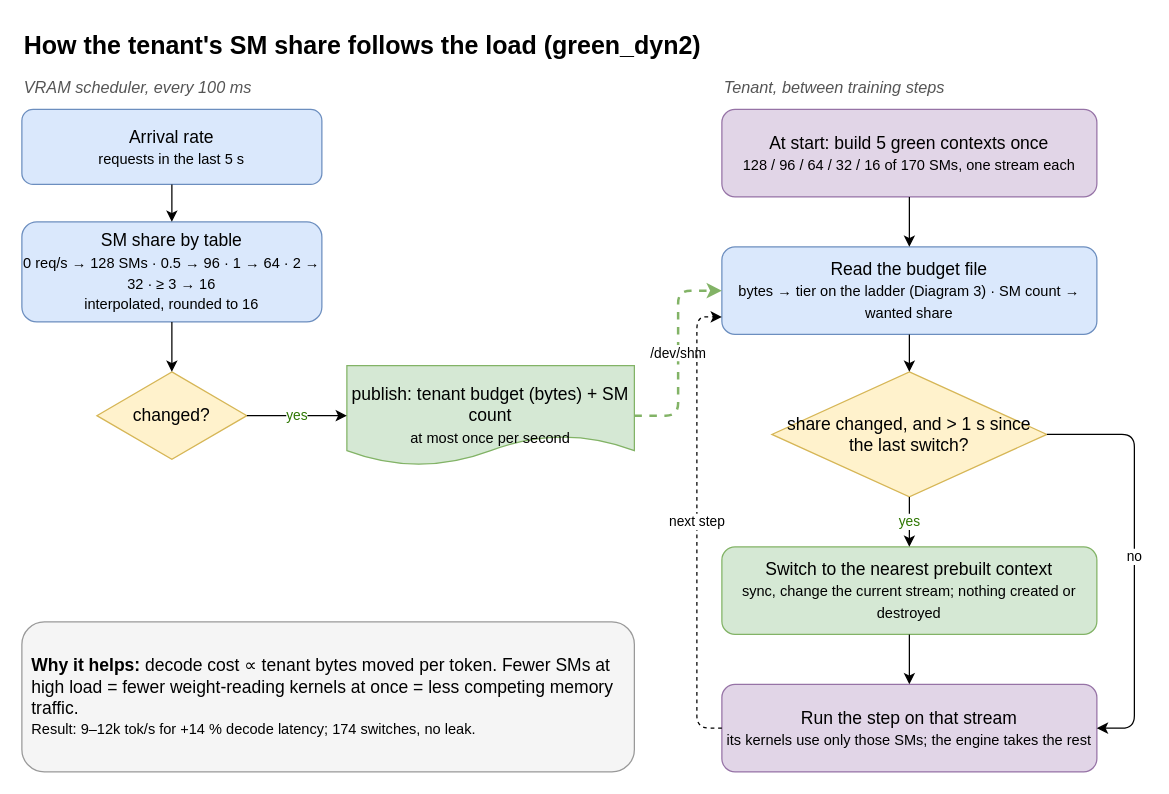
This is coloc_adjust/diagrams/05_green_dyn.drawio from 852866031/cuda-schedule-project, a draw.io file, before an edit. Source tidied: cells renumbered, new cells numbered last; positions are measured from the earlier drawing's top-left corner, leaving out a move shared by most shapes. Both pictures are drawn from the tidied source at 125%, with x=0, y=0 at pixel (21, 21).
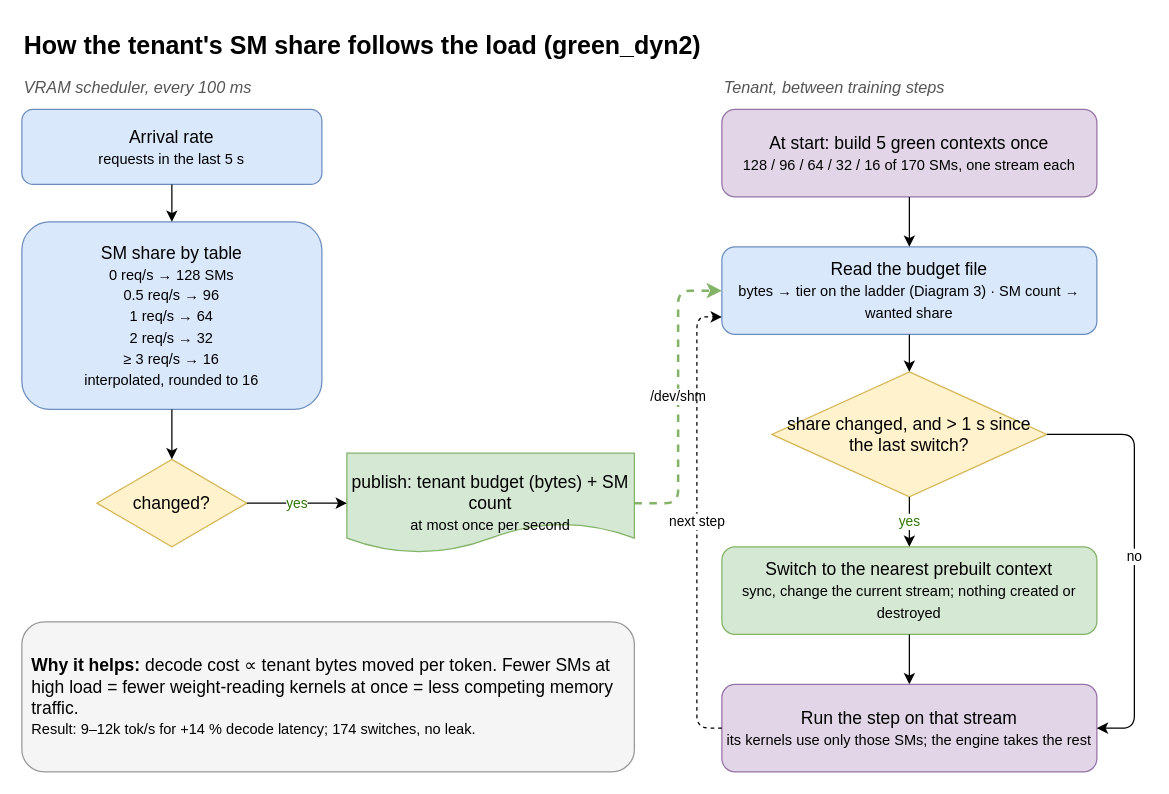
The same diagram, later.

Commit message (it also covers changes not shown here):
coloc_adjust: Diagram 5 SM table one row per rate

The change refers to these unchanged cells:
```xml
<mxCell id="10" value="Read the budget file&lt;br&gt;&lt;small&gt;bytes → tier on the ladder (Diagram 3) · SM count → wanted share&lt;/small&gt;" style="rounded=1;whiteSpace=wrap;html=1;fontSize=14;fillColor=#dae8fc;strokeColor=#6c8ebf;" parent="1" vertex="1">
  <mxGeometry x="560" y="180" width="300" height="70" as="geometry" />
</mxCell>
```

Diff of the diagram source:
```diff
@@
-    <mxCell id="6" value="SM share by table&lt;br&gt;&lt;small&gt;0 req/s → 128 SMs · 0.5 → 96 · 1 → 64 · 2 → 32 · ≥ 3 → 16&lt;br&gt;interpolated, rounded to 16&lt;/small&gt;" style="rounded=1;whiteSpace=wrap;html=1;fontSize=14;fillColor=#dae8fc;strokeColor=#6c8ebf;" parent="1" vertex="1">
-      <mxGeometry y="160" width="240" height="80" as="geometry" />
+    <mxCell id="6" value="SM share by table&lt;br&gt;&lt;small&gt;0 req/s → 128 SMs&lt;br&gt;0.5 req/s → 96&lt;br&gt;1 req/s → 64&lt;br&gt;2 req/s → 32&lt;br&gt;≥ 3 req/s → 16&lt;br&gt;interpolated, rounded to 16&lt;/small&gt;" style="rounded=1;whiteSpace=wrap;html=1;fontSize=14;fillColor=#dae8fc;strokeColor=#6c8ebf;" parent="1" vertex="1">
+      <mxGeometry y="160" width="240" height="150" as="geometry" />
     </mxCell>
     <mxCell id="7" value="changed?" style="rhombus;whiteSpace=wrap;html=1;fontSize=14;fillColor=#fff2cc;strokeColor=#d6b656;" parent="1" vertex="1">
-      <mxGeometry x="60" y="280" width="120" height="70" as="geometry" />
+      <mxGeometry x="60" y="350" width="120" height="70" as="geometry" />
     </mxCell>
     <mxCell id="8" value="publish: tenant budget (bytes) + SM count&lt;br&gt;&lt;small&gt;at most once per second&lt;/small&gt;" style="shape=document;whiteSpace=wrap;html=1;fontSize=14;fillColor=#d5e8d4;strokeColor=#82b366;" parent="1" vertex="1">
-      <mxGeometry x="260" y="275" width="230" height="80" as="geometry" />
+      <mxGeometry x="260" y="345" width="230" height="80" as="geometry" />
     </mxCell>
@@
     <mxCell id="18" value="/dev/shm" style="edgeStyle=orthogonalEdgeStyle;rounded=1;html=1;dashed=1;strokeColor=#82b366;strokeWidth=2;exitX=1;exitY=0.5;entryX=0;entryY=0.5;labelBackgroundColor=#ffffff;" parent="1" edge="1" source="8" target="10">
       <mxGeometry relative="1" as="geometry">
         <Array as="points">
-          <mxPoint x="525" y="315" />
+          <mxPoint x="525" y="385" />
           <mxPoint x="525" y="215" />
         </Array>
       </mxGeometry>
     </mxCell>
```
